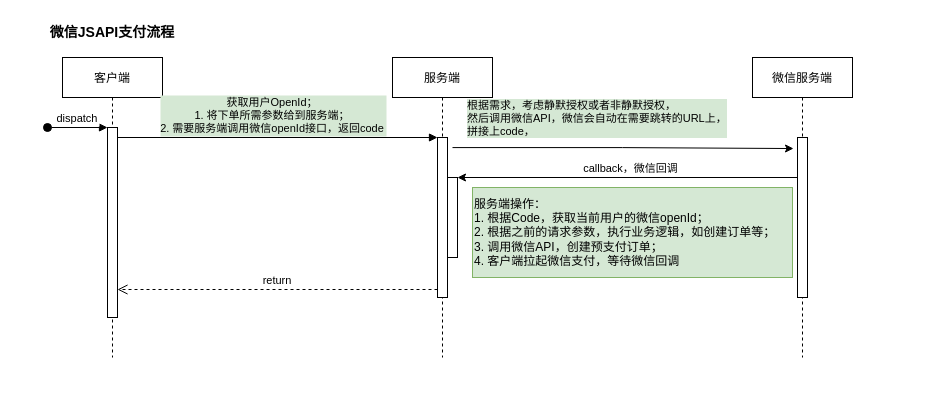
Above: 微信支付.drawio in lints123/draw_project (draw.io), before the change. Source tidied: cells renumbered, new cells numbered last; positions are measured from the earlier drawing's top-left corner, leaving out a move shared by most shapes. Both pictures are drawn from the tidied source at 100%, with x=0, y=0 at pixel (17, 17).
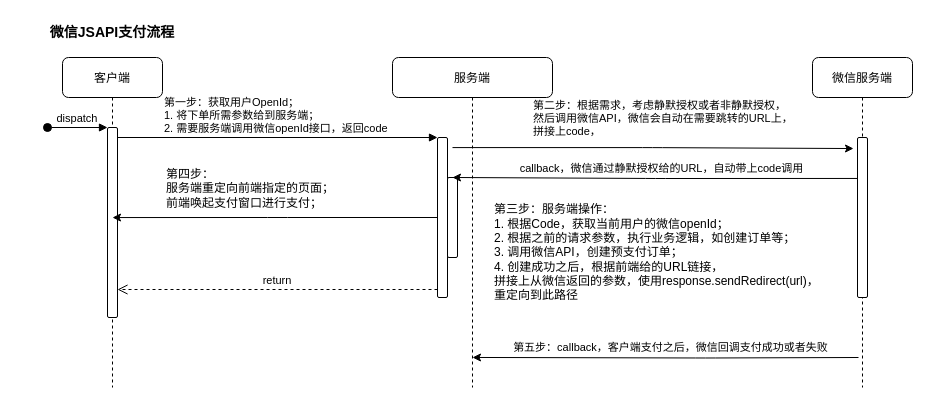
The same diagram, later.

Commit message:
更新微信支付.drawio

The edit, as a diff of the source:
```diff
@@
-    <mxCell id="2" value="客户端" style="shape=umlLifeline;perimeter=lifelinePerimeter;rounded=0;shadow=0;strokeWidth=1;" parent="1" vertex="1">
-      <mxGeometry x="45" y="40" width="100" height="300" as="geometry" />
+    <mxCell id="2" value="客户端" style="shape=umlLifeline;perimeter=lifelinePerimeter;rounded=1;shadow=0;strokeWidth=1;labelBackgroundColor=none;" parent="1" vertex="1">
+      <mxGeometry x="45" y="40" width="100" height="330" as="geometry" />
     </mxCell>
-    <mxCell id="3" style="points=[];perimeter=orthogonalPerimeter;rounded=0;shadow=0;strokeWidth=1;" parent="2" vertex="1">
+    <mxCell id="3" style="points=[];perimeter=orthogonalPerimeter;rounded=1;shadow=0;strokeWidth=1;labelBackgroundColor=none;" parent="2" vertex="1">
       <mxGeometry x="45" y="70" width="10" height="190" as="geometry" />
     </mxCell>
-    <mxCell id="4" value="dispatch" style="verticalAlign=bottom;startArrow=oval;endArrow=block;startSize=8;shadow=0;strokeWidth=1;" parent="2" edge="1" target="3">
+    <mxCell id="4" value="dispatch" style="verticalAlign=bottom;startArrow=oval;endArrow=block;startSize=8;shadow=0;strokeWidth=1;rounded=1;labelBackgroundColor=none;fontColor=default;" parent="2" edge="1" target="3">
       <mxGeometry relative="1" as="geometry">
         <mxPoint x="-15" y="70" as="sourcePoint" />
       </mxGeometry>
     </mxCell>
-    <mxCell id="5" value="服务端" style="shape=umlLifeline;perimeter=lifelinePerimeter;rounded=0;shadow=0;strokeWidth=1;" parent="1" vertex="1">
-      <mxGeometry x="375" y="40" width="100" height="300" as="geometry" />
+    <mxCell id="5" value="服务端" style="shape=umlLifeline;perimeter=lifelinePerimeter;rounded=1;shadow=0;strokeWidth=1;labelBackgroundColor=none;" parent="1" vertex="1">
+      <mxGeometry x="375" y="40" width="160" height="330" as="geometry" />
     </mxCell>
-    <mxCell id="6" style="points=[];perimeter=orthogonalPerimeter;rounded=0;shadow=0;strokeWidth=1;" parent="5" vertex="1">
+    <mxCell id="6" style="points=[];perimeter=orthogonalPerimeter;rounded=1;shadow=0;strokeWidth=1;labelBackgroundColor=none;" parent="5" vertex="1">
       <mxGeometry x="45" y="80" width="10" height="160" as="geometry" />
     </mxCell>
-    <mxCell id="7" style="perimeter=orthogonalPerimeter;rounded=0;shadow=0;strokeWidth=1;" parent="5" vertex="1">
+    <mxCell id="7" style="perimeter=orthogonalPerimeter;rounded=1;shadow=0;strokeWidth=1;labelBackgroundColor=none;" parent="5" vertex="1">
       <mxGeometry x="55" y="120" width="10" height="80" as="geometry" />
     </mxCell>
-    <mxCell id="8" style="edgeStyle=orthogonalEdgeStyle;rounded=0;jettySize=auto;html=1;exitX=0.1;exitY=0.25;exitDx=0;exitDy=0;exitPerimeter=0;" parent="5" edge="1" source="13">
+    <mxCell id="8" style="edgeStyle=orthogonalEdgeStyle;rounded=1;jettySize=auto;html=1;exitX=0.1;exitY=0.25;exitDx=0;exitDy=0;exitPerimeter=0;entryX=0.5;entryY=0.909;entryDx=0;entryDy=0;entryPerimeter=0;labelBackgroundColor=none;fontColor=default;" parent="5" edge="1" target="5">
       <mxGeometry relative="1" as="geometry">
-        <mxPoint x="65" y="120" as="targetPoint" />
+        <mxPoint x="466" y="300" as="sourcePoint" />
       </mxGeometry>
     </mxCell>
-    <mxCell id="9" value="callback，微信回调" style="edgeLabel;html=1;align=center;verticalAlign=middle;" parent="8" vertex="1">
+    <mxCell id="9" value="第五步：callback，客户端支付之后，微信回调支付成功或者失败" style="edgeLabel;html=1;align=center;verticalAlign=middle;rounded=1;labelBackgroundColor=none;" parent="8" vertex="1">
       <mxGeometry x="-0.11" relative="1" as="geometry">
         <mxPoint x="-17" y="-10" as="offset" />
       </mxGeometry>
     </mxCell>
-    <mxCell id="10" value="return" style="verticalAlign=bottom;endArrow=open;dashed=1;endSize=8;exitX=0;exitY=0.95;shadow=0;strokeWidth=1;" parent="1" edge="1" source="6" target="3">
+    <mxCell id="10" value="return" style="verticalAlign=bottom;endArrow=open;dashed=1;endSize=8;exitX=0;exitY=0.95;shadow=0;strokeWidth=1;rounded=1;labelBackgroundColor=none;fontColor=default;" parent="1" edge="1" source="6" target="3">
       <mxGeometry relative="1" as="geometry" />
     </mxCell>
-    <mxCell id="11" value="获取用户OpenId；&#10;1. 将下单所需参数给到服务端；&#10;2. 需要服务端调用微信openId接口，返回code" style="verticalAlign=bottom;endArrow=block;entryX=0;entryY=0;shadow=0;strokeWidth=1;align=center;labelBackgroundColor=#d5e8d4;" parent="1" edge="1" source="3" target="6">
-      <mxGeometry x="-0.03" relative="1" as="geometry" />
+    <mxCell id="11" value="第一步：获取用户OpenId；&#10;1. 将下单所需参数给到服务端；&#10;2. 需要服务端调用微信openId接口，返回code" style="verticalAlign=bottom;endArrow=block;entryX=0;entryY=0;shadow=0;strokeWidth=1;align=left;labelBackgroundColor=none;rounded=1;fontColor=default;" parent="1" edge="1" source="3" target="6">
+      <mxGeometry x="-0.72" relative="1" as="geometry" />
     </mxCell>
-    <mxCell id="12" value="微信服务端" style="shape=umlLifeline;perimeter=lifelinePerimeter;rounded=0;shadow=0;strokeWidth=1;" parent="1" vertex="1">
-      <mxGeometry x="735" y="40" width="100" height="300" as="geometry" />
+    <mxCell id="12" value="微信服务端" style="shape=umlLifeline;perimeter=lifelinePerimeter;rounded=1;shadow=0;strokeWidth=1;labelBackgroundColor=none;" parent="1" vertex="1">
+      <mxGeometry x="795" y="40" width="100" height="330" as="geometry" />
     </mxCell>
-    <mxCell id="13" style="points=[];perimeter=orthogonalPerimeter;rounded=0;shadow=0;strokeWidth=1;" parent="12" vertex="1">
+    <mxCell id="13" style="points=[];perimeter=orthogonalPerimeter;rounded=1;shadow=0;strokeWidth=1;labelBackgroundColor=none;" parent="12" vertex="1">
       <mxGeometry x="45" y="80" width="10" height="160" as="geometry" />
     </mxCell>
-    <mxCell id="14" style="edgeStyle=orthogonalEdgeStyle;rounded=0;jettySize=auto;html=1;exitX=1.5;exitY=0.063;exitDx=0;exitDy=0;exitPerimeter=0;entryX=-0.4;entryY=0.069;entryDx=0;entryDy=0;entryPerimeter=0;" parent="1" edge="1" source="6" target="13">
+    <mxCell id="14" style="edgeStyle=orthogonalEdgeStyle;rounded=1;jettySize=auto;html=1;exitX=1.5;exitY=0.063;exitDx=0;exitDy=0;exitPerimeter=0;entryX=-0.4;entryY=0.069;entryDx=0;entryDy=0;entryPerimeter=0;labelBackgroundColor=none;fontColor=default;" parent="1" edge="1" source="6" target="13">
       <mxGeometry relative="1" as="geometry" />
     </mxCell>
-    <mxCell id="15" value="根据需求，考虑静默授权或者非静默授权，&lt;br&gt;然后调用微信API，微信会自动在需要跳转的URL上，&lt;br&gt;拼接上code，" style="edgeLabel;html=1;align=left;verticalAlign=middle;labelBackgroundColor=#d5e8d4;" parent="14" vertex="1">
+    <mxCell id="15" value="第二步：根据需求，考虑静默授权或者非静默授权，&lt;br&gt;然后调用微信API，微信会自动在需要跳转的URL上，&lt;br&gt;拼接上code，" style="edgeLabel;html=1;align=left;verticalAlign=middle;labelBackgroundColor=none;rounded=1;" parent="14" vertex="1">
       <mxGeometry x="-0.87" relative="1" as="geometry">
-        <mxPoint x="-9" y="-30" as="offset" />
+        <mxPoint x="53" y="-30" as="offset" />
       </mxGeometry>
     </mxCell>
-    <mxCell id="16" value="服务端操作：&lt;br&gt;1. 根据Code，获取当前用户的微信openId；&lt;br&gt;2. 根据之前的请求参数，执行业务逻辑，如创建订单等；&lt;br&gt;3. 调用微信API，创建预支付订单；&lt;br&gt;4. 客户端拉起微信支付，等待微信回调" style="text;html=1;align=left;verticalAlign=middle;strokeColor=#82b366;fillColor=#d5e8d4;" parent="1" vertex="1">
-      <mxGeometry x="455" y="170" width="320" height="90" as="geometry" />
-    </mxCell>
-    <mxCell id="17" value="微信JSAPI支付流程" style="text;html=1;strokeColor=none;fillColor=none;align=center;verticalAlign=middle;whiteSpace=wrap;rounded=0;fontStyle=1;fontSize=14;" parent="1" vertex="1">
+    <mxCell id="17" value="微信JSAPI支付流程" style="text;html=1;strokeColor=none;fillColor=none;align=center;verticalAlign=middle;whiteSpace=wrap;rounded=1;fontStyle=1;fontSize=14;labelBackgroundColor=none;" parent="1" vertex="1">
       <mxGeometry width="190" height="30" as="geometry" />
     </mxCell>
+    <mxCell id="18" style="edgeStyle=orthogonalEdgeStyle;rounded=1;jettySize=auto;html=1;entryX=0.5;entryY=0.474;entryDx=0;entryDy=0;entryPerimeter=0;labelBackgroundColor=none;fontSize=14;fontColor=default;" parent="1" edge="1" source="6" target="3">
+      <mxGeometry relative="1" as="geometry" />
+    </mxCell>
+    <mxCell id="19" value="第四步：&lt;br&gt;服务端重定向前端指定的页面；&lt;br style=&quot;font-size: 12px;&quot;&gt;前端唤起支付窗口进行支付；" style="edgeLabel;html=1;align=left;verticalAlign=middle;fontSize=12;rounded=1;labelBackgroundColor=none;" parent="18" vertex="1">
+      <mxGeometry x="0.1" y="-1" relative="1" as="geometry">
+        <mxPoint x="-94" y="-29" as="offset" />
+      </mxGeometry>
+    </mxCell>
+    <mxCell id="20" style="edgeStyle=orthogonalEdgeStyle;rounded=1;jettySize=auto;html=1;entryX=0.5;entryY=0.909;entryDx=0;entryDy=0;entryPerimeter=0;exitX=0;exitY=0.256;exitDx=0;exitDy=0;exitPerimeter=0;labelBackgroundColor=none;fontColor=default;" parent="1" edge="1" source="13">
+      <mxGeometry relative="1" as="geometry">
+        <mxPoint x="435" y="160" as="targetPoint" />
+      </mxGeometry>
+    </mxCell>
+    <mxCell id="21" value="callback，微信通过静默授权给的URL，自动带上code调用" style="edgeLabel;html=1;align=center;verticalAlign=middle;rounded=1;labelBackgroundColor=none;" parent="20" vertex="1">
+      <mxGeometry x="-0.11" relative="1" as="geometry">
+        <mxPoint x="-17" y="-10" as="offset" />
+      </mxGeometry>
+    </mxCell>
+    <mxCell id="22" value="第三步：服务端操作：&lt;br style=&quot;border-color: var(--border-color);&quot;&gt;&lt;span style=&quot;&quot;&gt;1. 根据Code，获取当前用户的微信openId；&lt;/span&gt;&lt;br style=&quot;border-color: var(--border-color);&quot;&gt;&lt;span style=&quot;&quot;&gt;2. 根据之前的请求参数，执行业务逻辑，如创建订单等；&lt;/span&gt;&lt;br style=&quot;border-color: var(--border-color);&quot;&gt;&lt;span style=&quot;&quot;&gt;3. 调用微信API，创建预支付订单；&lt;/span&gt;&lt;br style=&quot;border-color: var(--border-color);&quot;&gt;&lt;span style=&quot;&quot;&gt;4. 创建成功之后，根据前端给的URL链接，&lt;/span&gt;&lt;br style=&quot;border-color: var(--border-color);&quot;&gt;&lt;span style=&quot;&quot;&gt;拼接上从微信返回的参数，使用response.sendRedirect(url)，&lt;/span&gt;&lt;br style=&quot;border-color: var(--border-color);&quot;&gt;&lt;span style=&quot;&quot;&gt;重定向到此路径&lt;/span&gt;" style="text;html=1;strokeColor=none;fillColor=none;align=left;verticalAlign=middle;whiteSpace=wrap;rounded=1;labelBackgroundColor=none;" parent="1" vertex="1">
+      <mxGeometry x="475" y="180" width="340" height="110" as="geometry" />
+    </mxCell>
```
